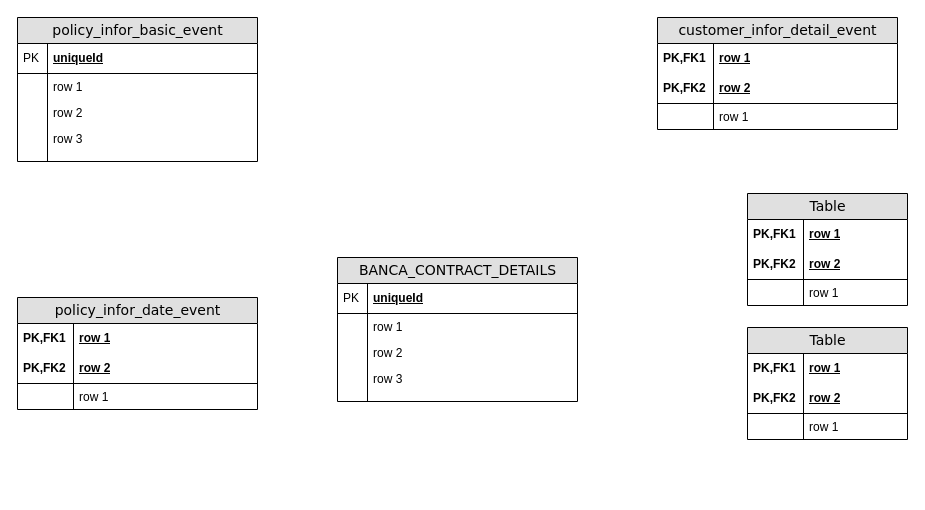
EpicM97/EpicM keeps this draw.io diagram as VIB_TARGET.drawio. Above is the earlier version. Source tidied: cells renumbered, new cells numbered last; positions are measured from the earlier drawing's top-left corner, leaving out a move shared by most shapes. Both pictures are drawn from the tidied source at 100%, with x=0, y=0 at pixel (17, 17).
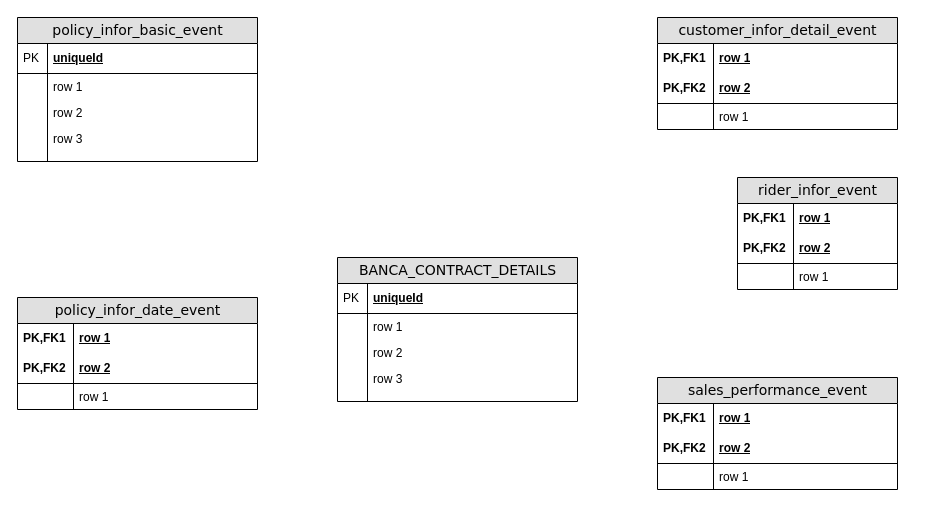
The same page after the edit.

What changed in the source:
```diff
@@
-    <mxCell id="38" value="Table" style="swimlane;html=1;fontStyle=0;horizontal=1;startSize=26;fillColor=#e0e0e0;swimlaneFillColor=#ffffff;align=center;rounded=0;shadow=0;comic=0;labelBackgroundColor=none;strokeWidth=1;fontFamily=Verdana;fontSize=14;" parent="1" vertex="1">
-      <mxGeometry x="730" y="176" width="160" height="112" as="geometry" />
+    <mxCell id="38" value="rider_infor_event" style="swimlane;html=1;fontStyle=0;horizontal=1;startSize=26;fillColor=#e0e0e0;swimlaneFillColor=#ffffff;align=center;rounded=0;shadow=0;comic=0;labelBackgroundColor=none;strokeWidth=1;fontFamily=Verdana;fontSize=14;" parent="1" vertex="1">
+      <mxGeometry x="720" y="160" width="160" height="112" as="geometry" />
     </mxCell>
@@
-    <mxCell id="45" value="Table" style="swimlane;html=1;fontStyle=0;horizontal=1;startSize=26;fillColor=#e0e0e0;swimlaneFillColor=#ffffff;align=center;rounded=0;shadow=0;comic=0;labelBackgroundColor=none;strokeWidth=1;fontFamily=Verdana;fontSize=14;" parent="1" vertex="1">
-      <mxGeometry x="730" y="310" width="160" height="112" as="geometry" />
+    <mxCell id="45" value="sales_performance_event" style="swimlane;html=1;fontStyle=0;horizontal=1;startSize=26;fillColor=#e0e0e0;swimlaneFillColor=#ffffff;align=center;rounded=0;shadow=0;comic=0;labelBackgroundColor=none;strokeWidth=1;fontFamily=Verdana;fontSize=14;" parent="1" vertex="1">
+      <mxGeometry x="640" y="360" width="240" height="112" as="geometry" />
     </mxCell>
     <mxCell id="46" value="row 1" style="shape=partialRectangle;top=0;left=0;right=0;bottom=0;html=1;align=left;verticalAlign=middle;fillColor=none;spacingLeft=60;spacingRight=4;whiteSpace=wrap;overflow=hidden;fontStyle=5;" parent="45" vertex="1">
-      <mxGeometry y="26" width="160" height="30" as="geometry" />
+      <mxGeometry y="26" width="240" height="30" as="geometry" />
     </mxCell>
@@
     <mxCell id="48" value="row 2" style="shape=partialRectangle;top=0;left=0;right=0;bottom=1;html=1;align=left;verticalAlign=middle;fillColor=none;spacingLeft=60;spacingRight=4;whiteSpace=wrap;overflow=hidden;fontStyle=5;" parent="45" vertex="1">
-      <mxGeometry y="56" width="160" height="30" as="geometry" />
+      <mxGeometry y="56" width="240" height="30" as="geometry" />
     </mxCell>
@@
     <mxCell id="50" value="row 1" style="shape=partialRectangle;top=0;left=0;right=0;bottom=0;html=1;align=left;verticalAlign=top;fillColor=none;spacingLeft=60;spacingRight=4;whiteSpace=wrap;overflow=hidden;" parent="45" vertex="1">
-      <mxGeometry y="86" width="160" height="26" as="geometry" />
+      <mxGeometry y="86" width="240" height="26" as="geometry" />
     </mxCell>
```
